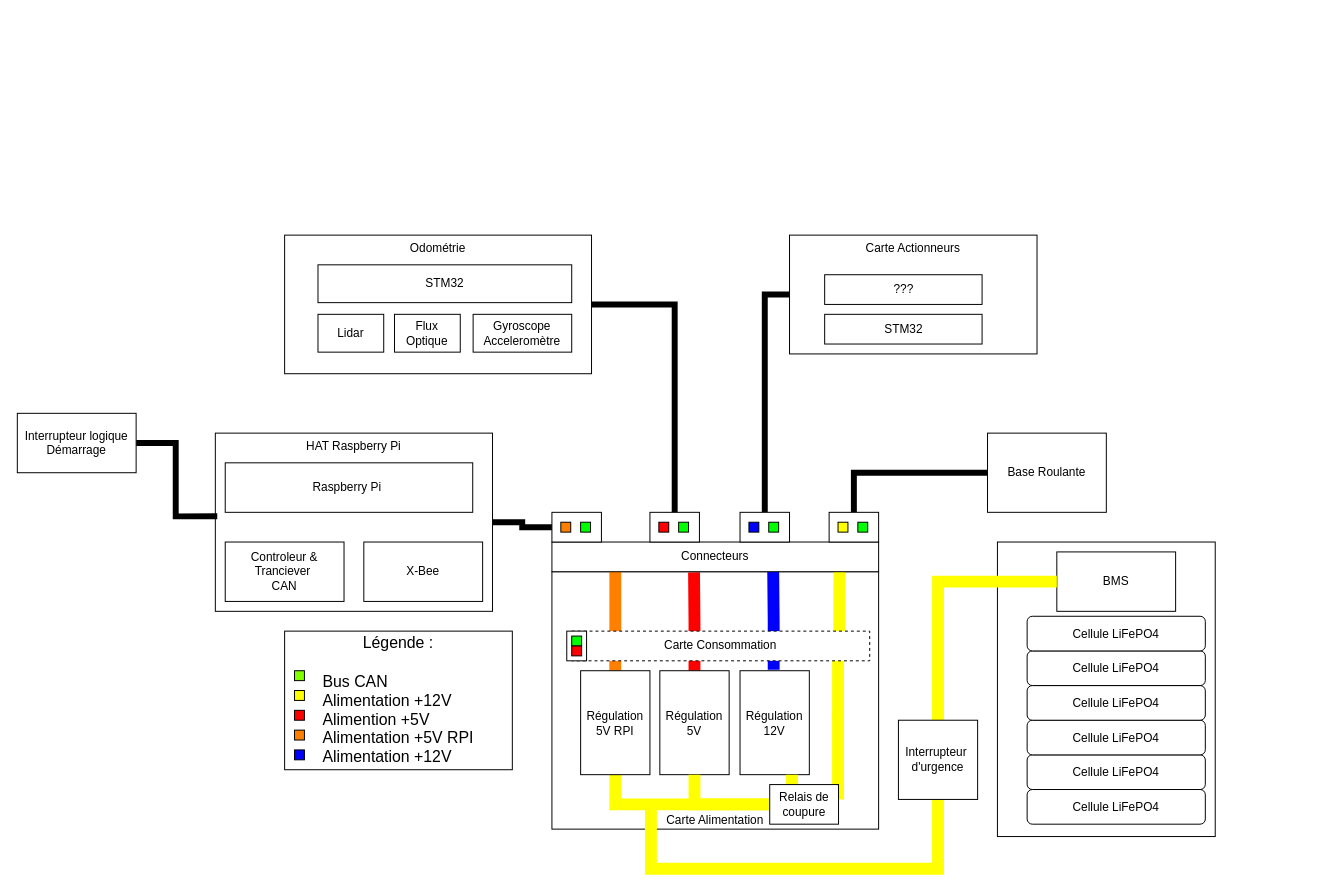
Above: Pôle mécatronique/Electronique/Documents informatif/Architecture Système.drawio in RobotechNancy/2021-2022 (draw.io), before the change. Source tidied: cells renumbered, new cells numbered last; positions are measured from the earlier drawing's top-left corner, leaving out a move shared by most shapes. Both pictures are drawn from the tidied source at 99%, with x=0, y=0 at pixel (17, 235).
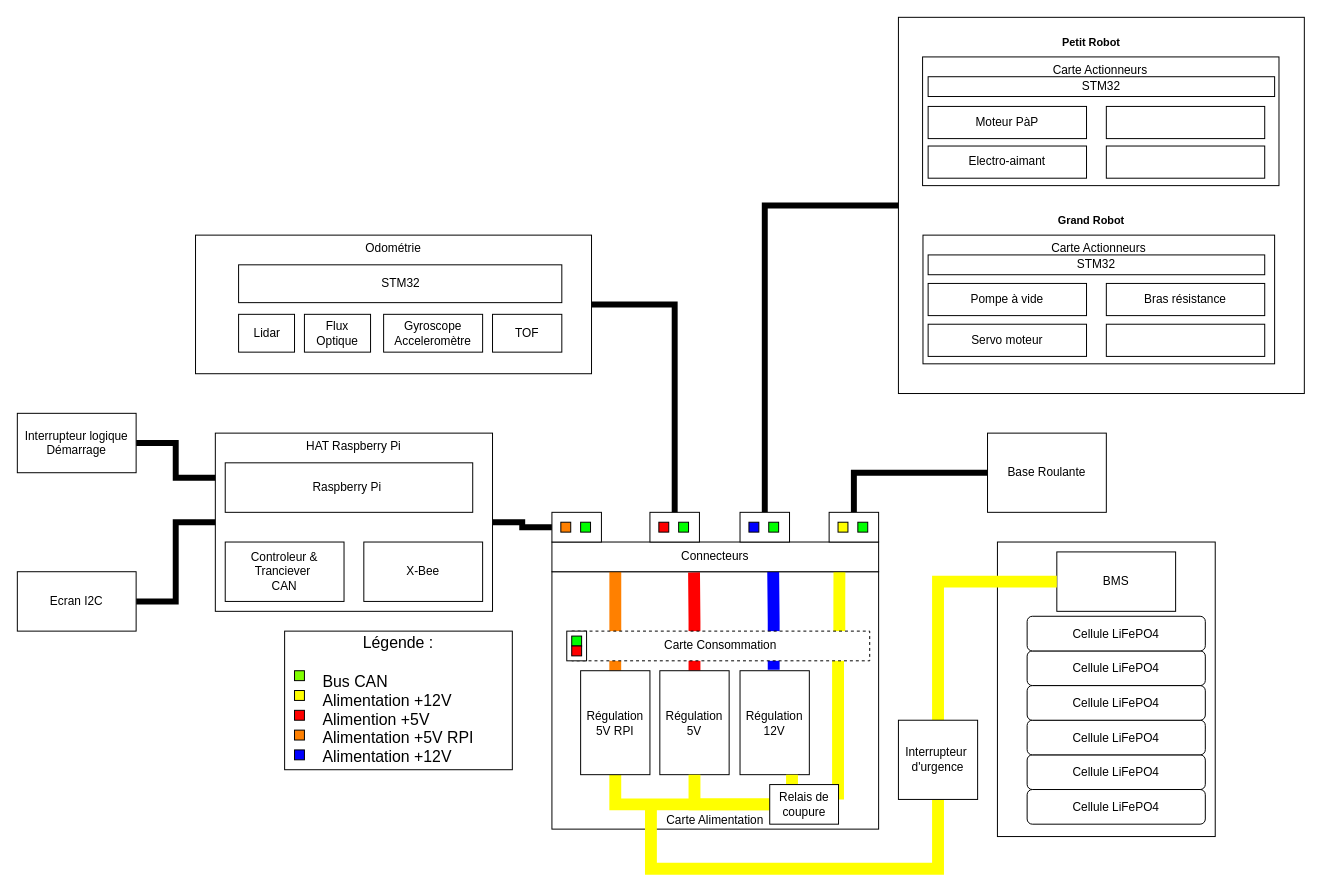
After the change.

Unchanged cells that the change refers to:
```xml
<mxCell id="65" style="rounded=0;whiteSpace=wrap;html=1;" parent="64" vertex="1">
  <mxGeometry width="50" height="30" as="geometry" />
</mxCell>
<mxCell id="69" value="HAT Raspberry Pi" style="rounded=0;whiteSpace=wrap;html=1;verticalAlign=top;" parent="68" vertex="1">
  <mxGeometry width="280" height="180" as="geometry" />
</mxCell>
<mxCell id="79" value="Interrupteur logique&lt;br&gt;Démarrage" style="rounded=0;whiteSpace=wrap;html=1;" parent="1" vertex="1">
  <mxGeometry y="180" width="120" height="60" as="geometry" />
</mxCell>
```

Change to the diagram source:
```diff
@@
+    <mxCell id="80" style="rounded=0;whiteSpace=wrap;html=1;fontFamily=Helvetica;fontSize=11;fontColor=default;" parent="1" vertex="1">
+      <mxGeometry x="890" y="-220" width="410" height="380" as="geometry" />
+    </mxCell>
@@
     <mxCell id="24" style="group;" parent="1" vertex="1">
-      <mxGeometry x="270" width="310" height="140" as="geometry" />
+      <mxGeometry x="180" width="400" height="140" as="geometry" />
     </mxCell>
     <mxCell id="25" value="Odométrie" style="whiteSpace=wrap;html=1;rounded=0;verticalAlign=top;" parent="24" vertex="1">
-      <mxGeometry width="310" height="140" as="geometry" />
+      <mxGeometry width="400" height="140" as="geometry" />
     </mxCell>
     <mxCell id="26" value="STM32" style="whiteSpace=wrap;html=1;" parent="24" vertex="1">
-      <mxGeometry x="33.7" y="30" width="256.3" height="38.2" as="geometry" />
+      <mxGeometry x="43.5" y="30" width="326.5" height="38.2" as="geometry" />
     </mxCell>
     <mxCell id="27" value="Lidar" style="whiteSpace=wrap;html=1;" parent="24" vertex="1">
-      <mxGeometry x="33.7" y="80" width="66.4" height="38.2" as="geometry" />
+      <mxGeometry x="43.5" y="80" width="56.5" height="38.2" as="geometry" />
     </mxCell>
     <mxCell id="28" value="Flux&lt;br&gt;Optique" style="whiteSpace=wrap;html=1;" parent="24" vertex="1">
-      <mxGeometry x="111" y="80" width="66.4" height="38.2" as="geometry" />
+      <mxGeometry x="110" y="80" width="66.8" height="38.2" as="geometry" />
     </mxCell>
     <mxCell id="29" value="Gyroscope&lt;br&gt;Acceleromètre" style="whiteSpace=wrap;html=1;" parent="24" vertex="1">
-      <mxGeometry x="190.4" y="80" width="99.6" height="38.2" as="geometry" />
+      <mxGeometry x="190" y="80" width="100" height="38.2" as="geometry" />
     </mxCell>
+    <mxCell id="81" value="TOF" style="whiteSpace=wrap;html=1;" parent="24" vertex="1">
+      <mxGeometry x="300" y="80" width="70" height="38.2" as="geometry" />
+    </mxCell>
@@
-    <mxCell id="31" style="group;" parent="1" vertex="1">
-      <mxGeometry x="770" width="250" height="120" as="geometry" />
-    </mxCell>
-    <mxCell id="32" value="Carte Actionneurs" style="rounded=0;whiteSpace=wrap;html=1;verticalAlign=top;" parent="31" vertex="1">
-      <mxGeometry x="10" width="250" height="120" as="geometry" />
-    </mxCell>
-    <mxCell id="33" value="STM32" style="whiteSpace=wrap;html=1;rounded=0;verticalAlign=middle;labelBackgroundColor=default;" parent="31" vertex="1">
-      <mxGeometry x="45.5" y="80" width="159" height="30" as="geometry" />
-    </mxCell>
-    <mxCell id="34" value="???" style="whiteSpace=wrap;html=1;rounded=0;verticalAlign=middle;labelBackgroundColor=default;" parent="31" vertex="1">
-      <mxGeometry x="45.5" y="40" width="159" height="30" as="geometry" />
-    </mxCell>
@@
-    <mxCell id="50" style="edgeStyle=orthogonalEdgeStyle;rounded=0;jumpSize=6;jettySize=auto;html=1;exitX=0;exitY=0.5;exitDx=0;exitDy=0;endArrow=none;endFill=0;targetPerimeterSpacing=0;strokeColor=#000000;strokeWidth=6;entryX=0.5;entryY=0;entryDx=0;entryDy=0;" parent="1" edge="1" source="32" target="65">
+    <mxCell id="50" style="edgeStyle=orthogonalEdgeStyle;rounded=0;jumpSize=6;jettySize=auto;html=1;exitX=0;exitY=0.5;exitDx=0;exitDy=0;endArrow=none;endFill=0;targetPerimeterSpacing=0;strokeColor=#000000;strokeWidth=6;entryX=0.5;entryY=0;entryDx=0;entryDy=0;" parent="1" edge="1" source="80" target="65">
       <mxGeometry relative="1" as="geometry" />
     </mxCell>
@@
-    <mxCell id="78" style="edgeStyle=orthogonalEdgeStyle;shape=connector;rounded=0;jumpSize=6;jettySize=auto;html=1;exitX=1;exitY=0.5;exitDx=0;exitDy=0;entryX=0.007;entryY=0.467;entryDx=0;entryDy=0;entryPerimeter=0;labelBackgroundColor=default;fontFamily=Helvetica;fontSize=11;fontColor=default;endArrow=none;endFill=0;targetPerimeterSpacing=0;strokeColor=#000000;strokeWidth=6;" parent="1" edge="1" source="79" target="69">
-      <mxGeometry relative="1" as="geometry" />
+    <mxCell id="78" style="edgeStyle=orthogonalEdgeStyle;shape=connector;rounded=0;jumpSize=6;jettySize=auto;html=1;exitX=1;exitY=0.5;exitDx=0;exitDy=0;entryX=0;entryY=0.25;entryDx=0;entryDy=0;labelBackgroundColor=default;fontFamily=Helvetica;fontSize=11;fontColor=default;endArrow=none;endFill=0;targetPerimeterSpacing=0;strokeColor=#000000;strokeWidth=6;" parent="1" edge="1" source="79" target="69">
+      <mxGeometry relative="1" as="geometry">
+        <Array as="points">
+          <mxPoint x="160" y="210" />
+          <mxPoint x="160" y="245" />
+        </Array>
+      </mxGeometry>
     </mxCell>
@@
+    <mxCell id="82" style="group;" parent="1" vertex="1">
+      <mxGeometry x="900" y="-220" width="374.4" height="180" as="geometry" />
+    </mxCell>
+    <mxCell id="31" style="group;" parent="82" vertex="1">
+      <mxGeometry y="40" width="374.4" height="140" as="geometry" />
+    </mxCell>
+    <mxCell id="32" value="Carte Actionneurs" style="rounded=0;whiteSpace=wrap;html=1;verticalAlign=top;" parent="31" vertex="1">
+      <mxGeometry x="14.4" width="360" height="130" as="geometry" />
+    </mxCell>
+    <mxCell id="33" value="STM32" style="whiteSpace=wrap;html=1;rounded=0;verticalAlign=middle;labelBackgroundColor=default;" parent="31" vertex="1">
+      <mxGeometry x="20" y="20" width="350" height="20" as="geometry" />
+    </mxCell>
+    <mxCell id="83" value="Moteur PàP" style="whiteSpace=wrap;html=1;rounded=0;verticalAlign=middle;labelBackgroundColor=default;" parent="31" vertex="1">
+      <mxGeometry x="20" y="50" width="160" height="32.5" as="geometry" />
+    </mxCell>
+    <mxCell id="84" value="Electro-aimant" style="whiteSpace=wrap;html=1;rounded=0;verticalAlign=middle;labelBackgroundColor=default;" parent="31" vertex="1">
+      <mxGeometry x="20" y="90" width="160" height="32.5" as="geometry" />
+    </mxCell>
+    <mxCell id="85" style="whiteSpace=wrap;html=1;rounded=0;verticalAlign=middle;labelBackgroundColor=default;" parent="31" vertex="1">
+      <mxGeometry x="200" y="50" width="160" height="32.5" as="geometry" />
+    </mxCell>
+    <mxCell id="86" style="whiteSpace=wrap;html=1;rounded=0;verticalAlign=middle;labelBackgroundColor=default;" parent="31" vertex="1">
+      <mxGeometry x="200" y="90" width="160" height="32.5" as="geometry" />
+    </mxCell>
+    <mxCell id="87" value="&lt;b&gt;Petit Robot&lt;/b&gt;" style="text;html=1;strokeColor=none;fillColor=none;align=center;verticalAlign=middle;whiteSpace=wrap;rounded=0;fontFamily=Helvetica;fontSize=11;fontColor=default;" parent="82" vertex="1">
+      <mxGeometry x="140" y="10" width="90" height="30" as="geometry" />
+    </mxCell>
+    <mxCell id="88" style="group;" parent="1" vertex="1">
+      <mxGeometry x="900" y="-30" width="370" height="160" as="geometry" />
+    </mxCell>
+    <mxCell id="89" style="group;" parent="88" vertex="1">
+      <mxGeometry y="30" width="370" height="130" as="geometry" />
+    </mxCell>
+    <mxCell id="90" value="Carte Actionneurs" style="rounded=0;whiteSpace=wrap;html=1;verticalAlign=top;" parent="89" vertex="1">
+      <mxGeometry x="14.8" width="355.2" height="130" as="geometry" />
+    </mxCell>
+    <mxCell id="91" value="STM32" style="whiteSpace=wrap;html=1;rounded=0;verticalAlign=middle;labelBackgroundColor=default;" parent="89" vertex="1">
+      <mxGeometry x="20" y="20" width="340" height="20" as="geometry" />
+    </mxCell>
+    <mxCell id="92" value="Pompe à vide" style="whiteSpace=wrap;html=1;rounded=0;verticalAlign=middle;labelBackgroundColor=default;" parent="89" vertex="1">
+      <mxGeometry x="20" y="48.8" width="160" height="32.5" as="geometry" />
+    </mxCell>
+    <mxCell id="93" value="Servo moteur" style="whiteSpace=wrap;html=1;rounded=0;verticalAlign=middle;labelBackgroundColor=default;" parent="89" vertex="1">
+      <mxGeometry x="20" y="90" width="160" height="32.5" as="geometry" />
+    </mxCell>
+    <mxCell id="94" value="Bras résistance" style="whiteSpace=wrap;html=1;rounded=0;verticalAlign=middle;labelBackgroundColor=default;" parent="89" vertex="1">
+      <mxGeometry x="200" y="48.8" width="160" height="32.5" as="geometry" />
+    </mxCell>
+    <mxCell id="95" style="whiteSpace=wrap;html=1;rounded=0;verticalAlign=middle;labelBackgroundColor=default;" parent="89" vertex="1">
+      <mxGeometry x="200" y="90" width="160" height="32.5" as="geometry" />
+    </mxCell>
+    <mxCell id="96" value="&lt;b&gt;Grand Robot&lt;/b&gt;" style="text;html=1;strokeColor=none;fillColor=none;align=center;verticalAlign=middle;whiteSpace=wrap;rounded=0;fontFamily=Helvetica;fontSize=11;fontColor=default;" parent="88" vertex="1">
+      <mxGeometry x="140" width="90" height="30" as="geometry" />
+    </mxCell>
+    <mxCell id="97" style="edgeStyle=orthogonalEdgeStyle;shape=connector;rounded=0;jumpSize=6;jettySize=auto;html=1;exitX=1;exitY=0.5;exitDx=0;exitDy=0;entryX=0;entryY=0.5;entryDx=0;entryDy=0;labelBackgroundColor=default;fontFamily=Helvetica;fontSize=11;fontColor=default;endArrow=none;endFill=0;targetPerimeterSpacing=0;strokeColor=#000000;strokeWidth=6;" parent="1" edge="1" source="98" target="69">
+      <mxGeometry relative="1" as="geometry" />
+    </mxCell>
+    <mxCell id="98" value="Ecran I2C" style="rounded=0;whiteSpace=wrap;html=1;" parent="1" vertex="1">
+      <mxGeometry y="340" width="120" height="60" as="geometry" />
+    </mxCell>
```
